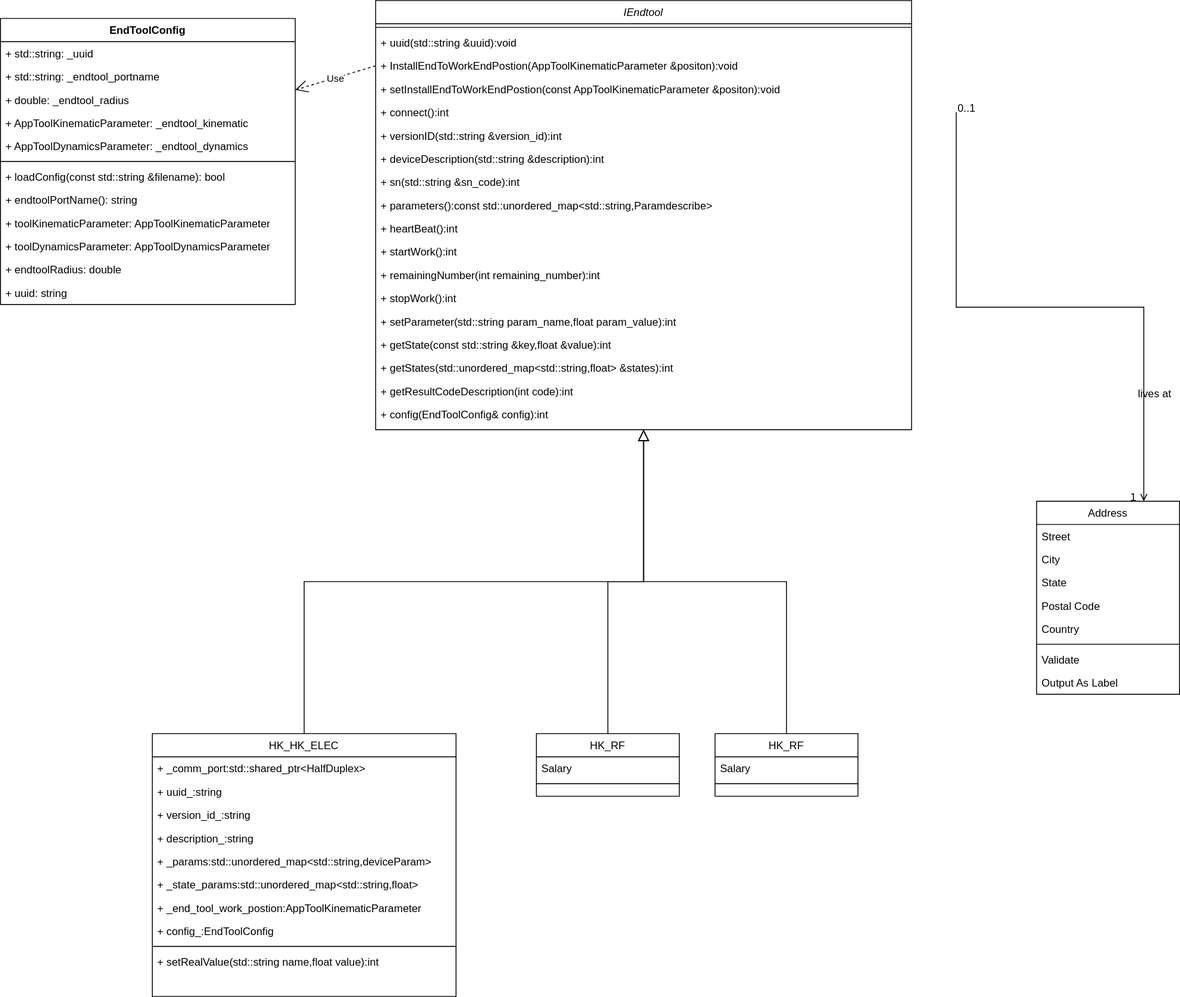
Before: 理疗/理疗末端rpc服务.svg, a diagram exported from draw.io (Durpe/Drawio). Source tidied: cells renumbered, new cells last; positions are measured from the earlier drawing's top-left corner, leaving out a move shared by most shapes.
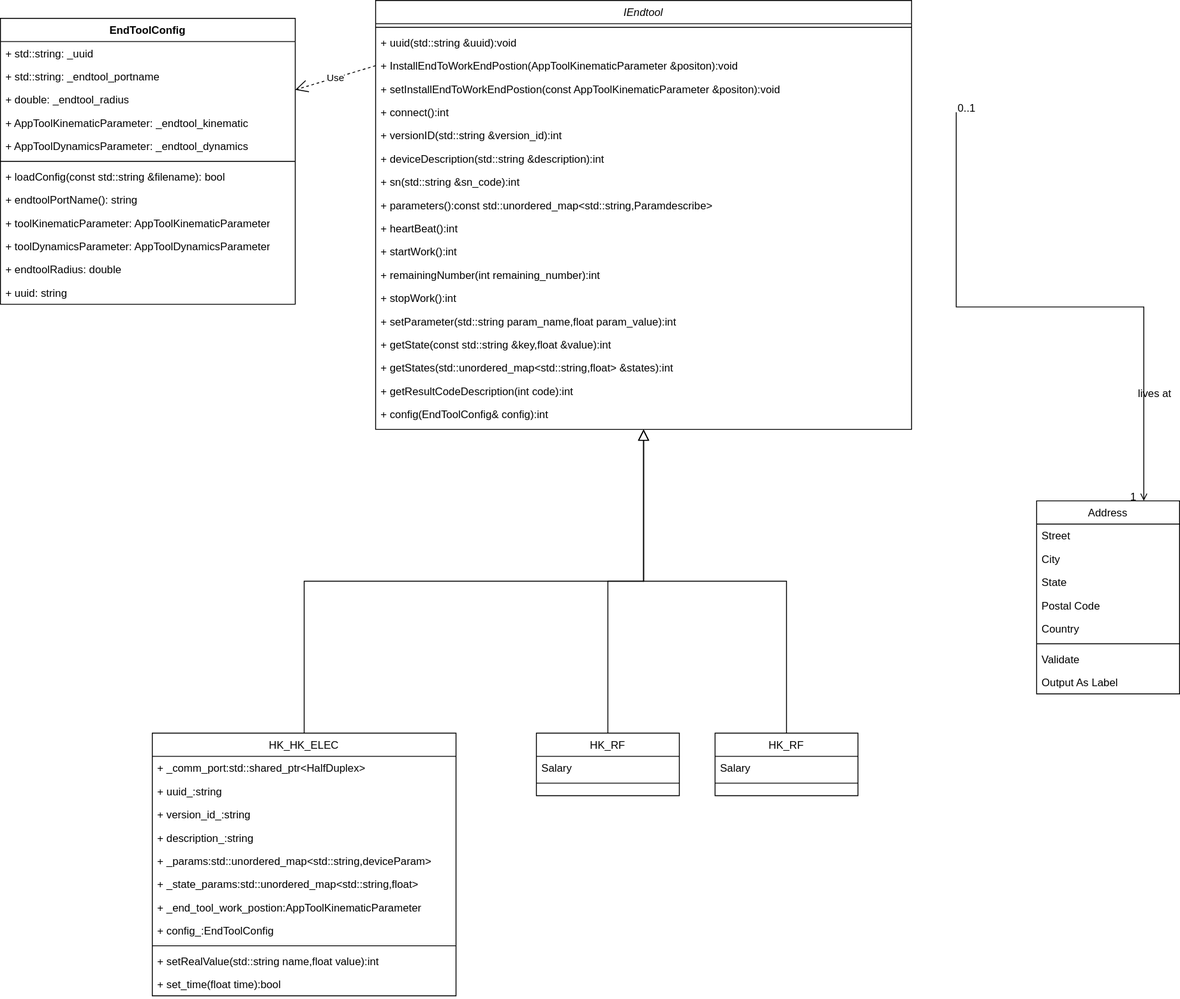
Above is the later version.

Commit message:
更新理疗末端rpc服务.svg

Diff of the diagram source:
```diff
@@ -92,6 +92,9 @@
     <mxCell id="31" value="+ setRealValue(std::string name,float value):int" style="text;align=left;verticalAlign=top;spacingLeft=4;spacingRight=4;overflow=hidden;" parent="21" vertex="1">
       <mxGeometry y="242" width="340" height="26" as="geometry" />
     </mxCell>
+    <mxCell id="68" value="+ set_time(float time):bool" style="text;align=left;verticalAlign=top;spacingLeft=4;spacingRight=4;overflow=hidden;" parent="21" vertex="1">
+      <mxGeometry y="268" width="340" height="26" as="geometry" />
+    </mxCell>
     <mxCell id="32" style="endArrow=block;endSize=10;endFill=0;shadow=0;strokeWidth=1;rounded=0;edgeStyle=elbowEdgeStyle;elbow=vertical;" parent="1" edge="1" source="21" target="2">
       <mxGeometry relative="1" as="geometry" />
     </mxCell>
```
